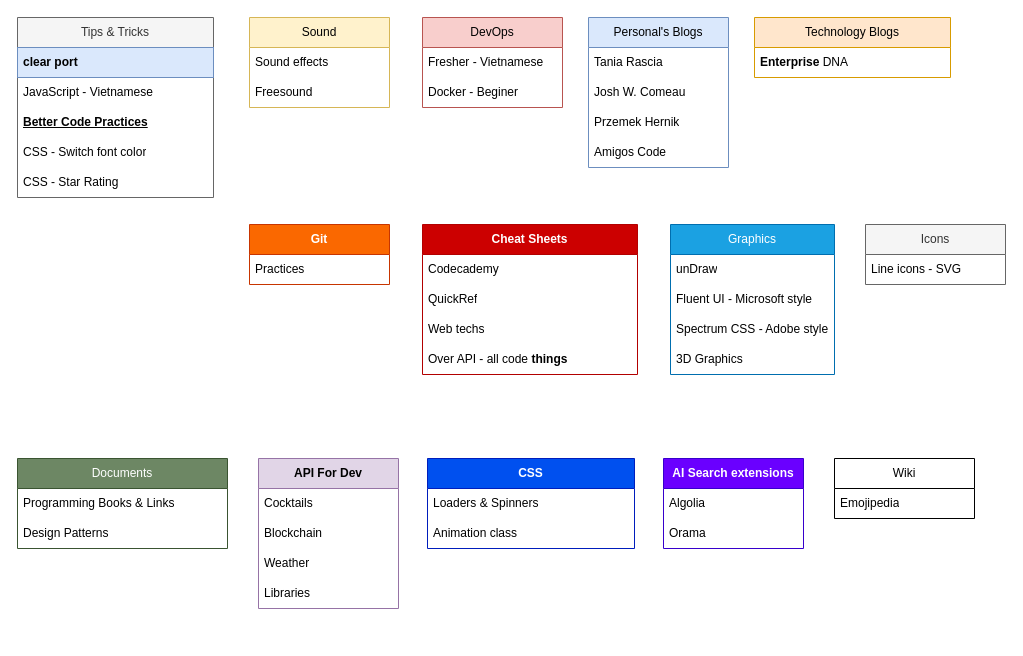
sunflynf/diagram-only keeps this draw.io diagram as page "Resources" (4 of 5) of Link_Bookmarks.drawio. Above is the earlier version. Source tidied: cells renumbered, new cells numbered last; positions are measured from the earlier drawing's top-left corner, leaving out a move shared by most shapes. Both pictures are drawn from the tidied source at 100%, with x=0, y=0 at pixel (17, 17).
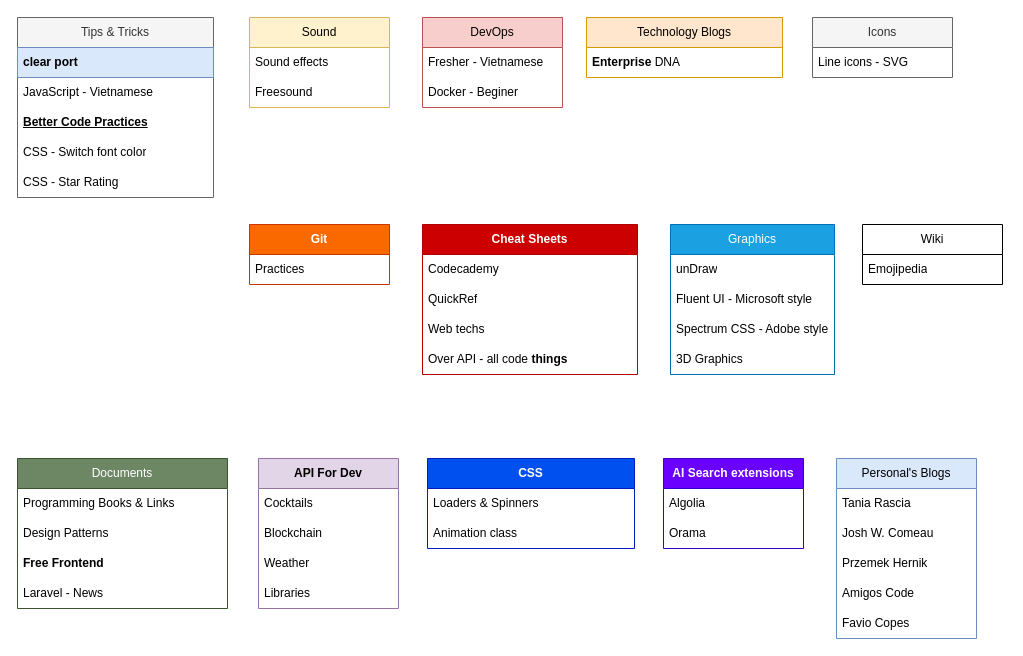
After the change.

Diff of the diagram source:
```diff
@@
     <mxCell id="5" value="Personal's Blogs" style="swimlane;fontStyle=0;horizontal=1;startSize=30;whiteSpace=wrap;html=1;fillColor=#dae8fc;strokeColor=#6c8ebf;flipH=1;" parent="1" vertex="1">
-      <mxGeometry x="571" width="140" height="150" as="geometry" />
+      <mxGeometry x="819" y="441" width="140" height="180" as="geometry" />
     </mxCell>
@@
+    <mxCell id="51" value="Favio Copes" style="text;strokeColor=none;fillColor=none;align=left;verticalAlign=middle;spacingLeft=4;spacingRight=4;overflow=hidden;whiteSpace=wrap;html=1;" parent="5" vertex="1">
+      <mxGeometry y="150" width="140" height="30" as="geometry" />
+    </mxCell>
@@
     <mxCell id="21" value="Documents" style="swimlane;fontStyle=0;horizontal=1;startSize=30;whiteSpace=wrap;html=1;fillColor=#6d8764;fontColor=#ffffff;strokeColor=#3A5431;flipH=1;" parent="1" vertex="1">
-      <mxGeometry y="441" width="210" height="90" as="geometry" />
+      <mxGeometry y="441" width="210" height="150" as="geometry" />
     </mxCell>
@@
+    <mxCell id="52" value="Free Frontend" style="text;strokeColor=none;fillColor=none;align=left;verticalAlign=middle;spacingLeft=4;spacingRight=4;overflow=hidden;whiteSpace=wrap;html=1;fontStyle=1;" parent="21" vertex="1">
+      <mxGeometry y="90" width="210" height="30" as="geometry" />
+    </mxCell>
+    <mxCell id="53" value="Laravel - News" style="text;strokeColor=none;fillColor=none;align=left;verticalAlign=middle;spacingLeft=4;spacingRight=4;overflow=hidden;whiteSpace=wrap;html=1;fontStyle=0;" parent="21" vertex="1">
+      <mxGeometry y="120" width="210" height="30" as="geometry" />
+    </mxCell>
@@
     <mxCell id="40" value="Technology Blogs" style="swimlane;fontStyle=0;horizontal=1;startSize=30;whiteSpace=wrap;html=1;fillColor=#ffe6cc;strokeColor=#d79b00;flipH=1;" parent="1" vertex="1">
-      <mxGeometry x="737" width="196" height="60" as="geometry" />
+      <mxGeometry x="569" width="196" height="60" as="geometry" />
     </mxCell>
@@
     <mxCell id="47" value="Wiki" style="swimlane;fontStyle=0;horizontal=1;startSize=30;whiteSpace=wrap;html=1;" parent="1" vertex="1">
-      <mxGeometry x="817" y="441" width="140" height="60" as="geometry" />
+      <mxGeometry x="845" y="207" width="140" height="60" as="geometry" />
     </mxCell>
@@
     <mxCell id="49" value="Icons" style="swimlane;fontStyle=0;horizontal=1;startSize=30;whiteSpace=wrap;html=1;fillColor=#f5f5f5;fontColor=#333333;strokeColor=#666666;" parent="1" vertex="1">
-      <mxGeometry x="848" y="207" width="140" height="60" as="geometry" />
+      <mxGeometry x="795" width="140" height="60" as="geometry" />
     </mxCell>
```
